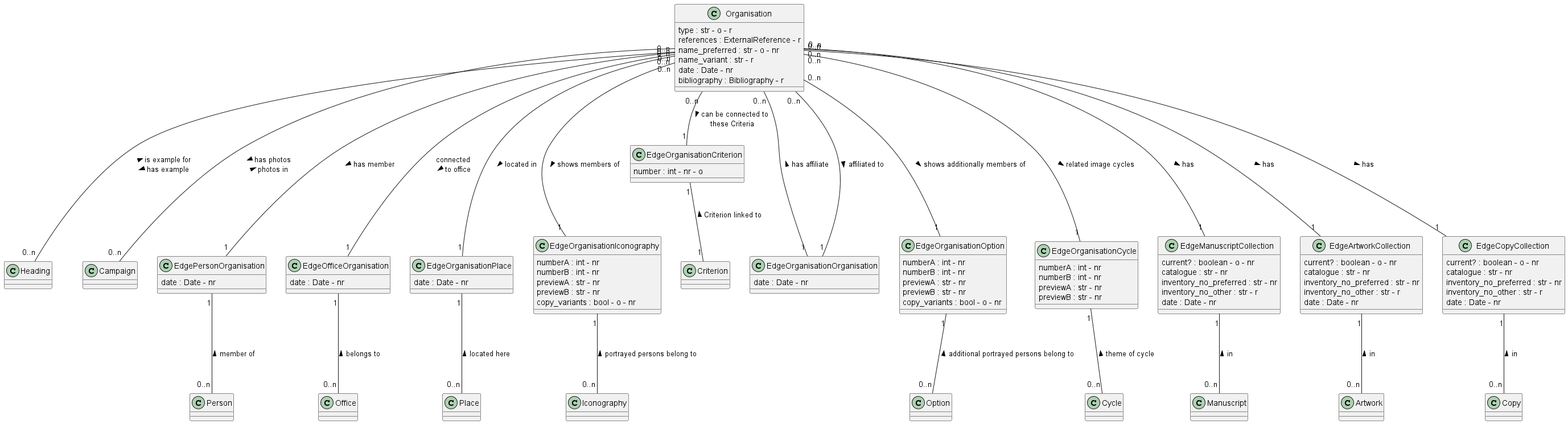
This is documentation/class_diagrams/Organisation.png from tmasch/bpf_be, a PlantUML export, as it was before one commit.
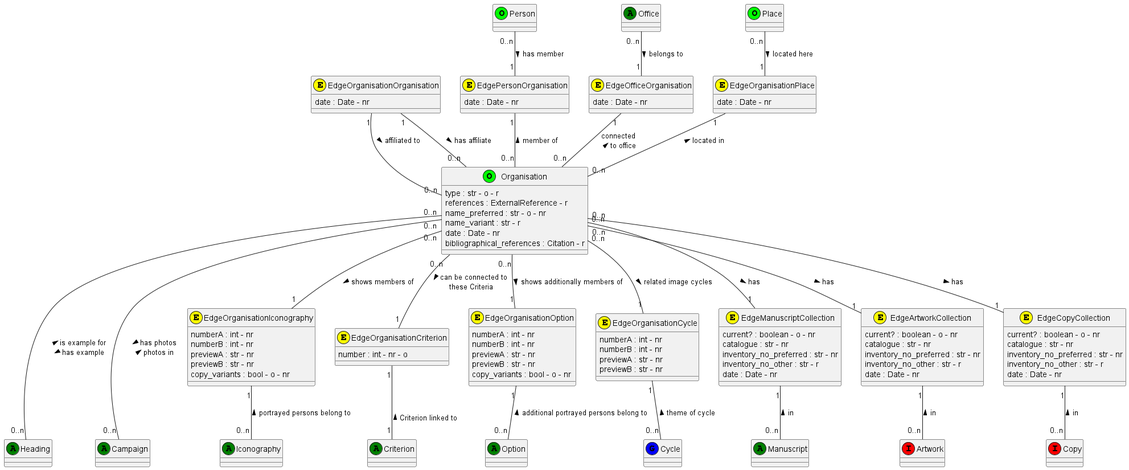
The same diagram one commit later.

Diff of the diagram source:
```diff
@@ -1,130 +1,129 @@
 @startuml Organisation
-class Organisation
+class Organisation <<(O,lime)>>
 Organisation : type : str - o - r
 Organisation : references : ExternalReference - r
 Organisation : name_preferred : str - o - nr
 Organisation : name_variant : str - r
 Organisation : date : Date - nr
-Organisation : bibliography : Bibliography - r
+Organisation : bibliographical_references : Citation - r
 
 
-class Person
+class Person <<(O,lime)>>
 
-class Office
+class Office <<(A,green)>>
 
-class Place
+class Place <<(O,lime)>>
 
-class Iconography
+class Iconography <<(A,green)>>
 
-class Option
+class Option <<(A,green)>>
 
-class Criterion
+class Criterion <<(A,green)>>
 
-class Cycle
+class Cycle <<(G,blue)>>
 
-class Artwork
+class Artwork <<(I,red)>>
 
-class Manuscript
+class Manuscript <<(A,green)>>
 
-class Copy
+class Copy <<(I,red)>>
 
-class Heading
+class Heading <<(A,green)>>
 
-class Campaign
+class Campaign <<(A,green)>>
 
-class EdgeOrganisationOrganisation
+class EdgeOrganisationOrganisation <<(E,yellow)>>
 EdgeOrganisationOrganisation : date : Date - nr
 
 
-class EdgePersonOrganisation
+class EdgePersonOrganisation <<(E,yellow)>>
 EdgePersonOrganisation : date : Date - nr
 
-class EdgeOfficeOrganisation
+class EdgeOfficeOrganisation <<(E,yellow)>>
 EdgeOfficeOrganisation : date : Date - nr
 
-class EdgeOrganisationPlace
+class EdgeOrganisationPlace <<(E,yellow)>>
 EdgeOrganisationPlace : date : Date - nr
 
-class EdgeOrganisationIconography
+class EdgeOrganisationIconography <<(E,yellow)>>
 EdgeOrganisationIconography : numberA : int - nr
 EdgeOrganisationIconography : numberB : int - nr
 EdgeOrganisationIconography : previewA : str - nr
 EdgeOrganisationIconography : previewB : str - nr
 EdgeOrganisationIconography : copy_variants : bool - o - nr
 
-class EdgeOrganisationCriterion
+class EdgeOrganisationCriterion <<(E,yellow)>>
 EdgeOrganisationCriterion : number : int - nr - o
 
-class EdgeOrganisationOption
+class EdgeOrganisationOption <<(E,yellow)>>
 EdgeOrganisationOption : numberA : int - nr
 EdgeOrganisationOption : numberB : int - nr
 EdgeOrganisationOption : previewA : str - nr
 EdgeOrganisationOption : previewB : str - nr
 EdgeOrganisationOption : copy_variants : bool - o - nr
 
-class EdgeOrganisationCycle
+class EdgeOrganisationCycle <<(E,yellow)>>
 EdgeOrganisationCycle : numberA : int - nr
 EdgeOrganisationCycle : numberB : int - nr
 EdgeOrganisationCycle : previewA : str - nr
 EdgeOrganisationCycle : previewB : str - nr
 
 
-class EdgeManuscriptCollection
+class EdgeManuscriptCollection <<(E,yellow)>>
 EdgeManuscriptCollection : current? : boolean - o - nr
 EdgeManuscriptCollection : catalogue : str - nr
 EdgeManuscriptCollection : inventory_no_preferred : str - nr
 EdgeManuscriptCollection : inventory_no_other : str - r
 EdgeManuscriptCollection : date : Date - nr
 
-class EdgeArtworkCollection
+class EdgeArtworkCollection <<(E,yellow)>>
 EdgeArtworkCollection : current? : boolean - o - nr
 EdgeArtworkCollection : catalogue : str - nr
 EdgeArtworkCollection : inventory_no_preferred : str - nr
 EdgeArtworkCollection : inventory_no_other : str - r
 EdgeArtworkCollection : date : Date - nr
 
-class EdgeCopyCollection
+class EdgeCopyCollection <<(E,yellow)>>
 EdgeCopyCollection : current? : boolean - o - nr
 EdgeCopyCollection : catalogue : str - nr
 EdgeCopyCollection : inventory_no_preferred : str - nr
 EdgeCopyCollection : inventory_no_other : str - r
 EdgeCopyCollection : date : Date - nr
 
-Organisation "0..n" --- "1" EdgeOrganisationOrganisation : affiliated to >
-EdgeOrganisationOrganisation "1" --- "0..n" Organisation : has affiliate >
+EdgeOrganisationOrganisation "1" -- "0..n" Organisation : affiliated to >
+EdgeOrganisationOrganisation "1" -- "0..n" Organisation : has affiliate >
 
 
-Organisation "0..n" --- "1" EdgePersonOrganisation : has member >
-EdgePersonOrganisation "1" --- "0..n" Person : member of <
+Person "0..n" -- "1" EdgePersonOrganisation : has member >
+EdgePersonOrganisation "1" -- "0..n" Organisation : member of <
 
-Organisation "0..n" --- "1" EdgeOfficeOrganisation : connected \n to office >
-EdgeOfficeOrganisation "1" --- "0..n" Office : belongs to <
+Office "0..n" -- "1" EdgeOfficeOrganisation : belongs to >
+EdgeOfficeOrganisation "1" -- "0..n" Organisation : connected \n to office <
 
+Place "0..n" -- "1" EdgeOrganisationPlace : located here >
+EdgeOrganisationPlace "1" -- "0..n" Organisation : located in <
 
-Organisation "0..n" --- "1" EdgeOrganisationPlace : located in >
-EdgeOrganisationPlace "1" --- "0..n" Place : located here <
-
-Organisation "0..n" --- "1" EdgeOrganisationIconography : shows members of >
-EdgeOrganisationIconography "1" --- "0..n" Iconography : portrayed persons belong to <
+Organisation "0..n" -- "1" EdgeOrganisationIconography : shows members of >
+EdgeOrganisationIconography "1" -- "0..n" Iconography : portrayed persons belong to <
 
 Organisation "0..n" -- "1" EdgeOrganisationCriterion : > can be connected to \n these Criteria
 EdgeOrganisationCriterion "1" -- "1" Criterion : \n Criterion linked to <
 
-Organisation "0..n" --- "1" EdgeOrganisationOption : shows additionally members of >
-EdgeOrganisationOption "1" --- "0..n" Option : additional portrayed persons belong to <
+Organisation "0..n" -- "1" EdgeOrganisationOption : shows additionally members of >
+EdgeOrganisationOption "1" -- "0..n" Option : additional portrayed persons belong to <
 
-Organisation "0..n" --- "1" EdgeOrganisationCycle : related image cycles >
-EdgeOrganisationCycle "1" --- "0..n" Cycle : theme of cycle <
+Organisation "0..n" -- "1" EdgeOrganisationCycle : related image cycles >
+EdgeOrganisationCycle "1" -- "0..n" Cycle : theme of cycle <
 
 
-Organisation "0..n" --- "1" EdgeArtworkCollection : has >
-EdgeArtworkCollection "1" --- "0..n" Artwork : in <
+Organisation "0..n" -- "1" EdgeArtworkCollection : has >
+EdgeArtworkCollection "1" -- "0..n" Artwork : in <
 
-Organisation "0..n" --- "1" EdgeManuscriptCollection : has >
-EdgeManuscriptCollection "1" --- "0..n" Manuscript : in <
+Organisation "0..n" -- "1" EdgeManuscriptCollection : has >
+EdgeManuscriptCollection "1" -- "0..n" Manuscript : in <
 
-Organisation "0..n" --- "1" EdgeCopyCollection : has >
-EdgeCopyCollection "1" --- "0..n" Copy : in <
+Organisation "0..n" -- "1" EdgeCopyCollection : has >
+EdgeCopyCollection "1" -- "0..n" Copy : in <
 
 Organisation "0..n" --- "0..n" Heading : < is example for \n has example >
 
```
